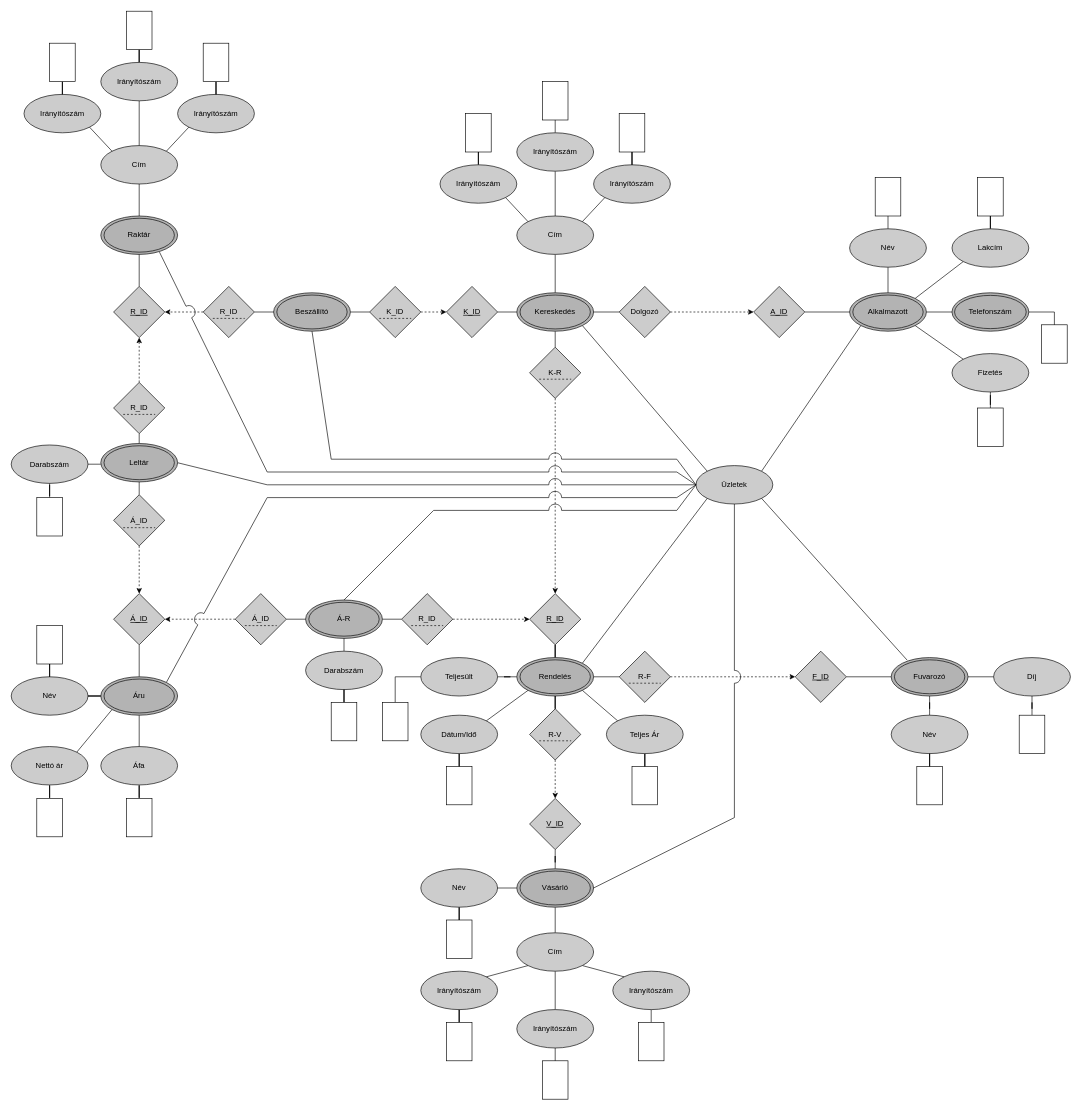
Before: CNY8MP_0218/CNY8MP_hazifeladat.drawio in KissKonradUni/CNY8MP_MDBPract, a draw.io diagram. Source tidied: cells renumbered, new cells numbered last; positions are measured from the earlier drawing's top-left corner, leaving out a move shared by most shapes. Both pictures are drawn from the tidied source at 64%, with x=0, y=0 at pixel (11, 11).
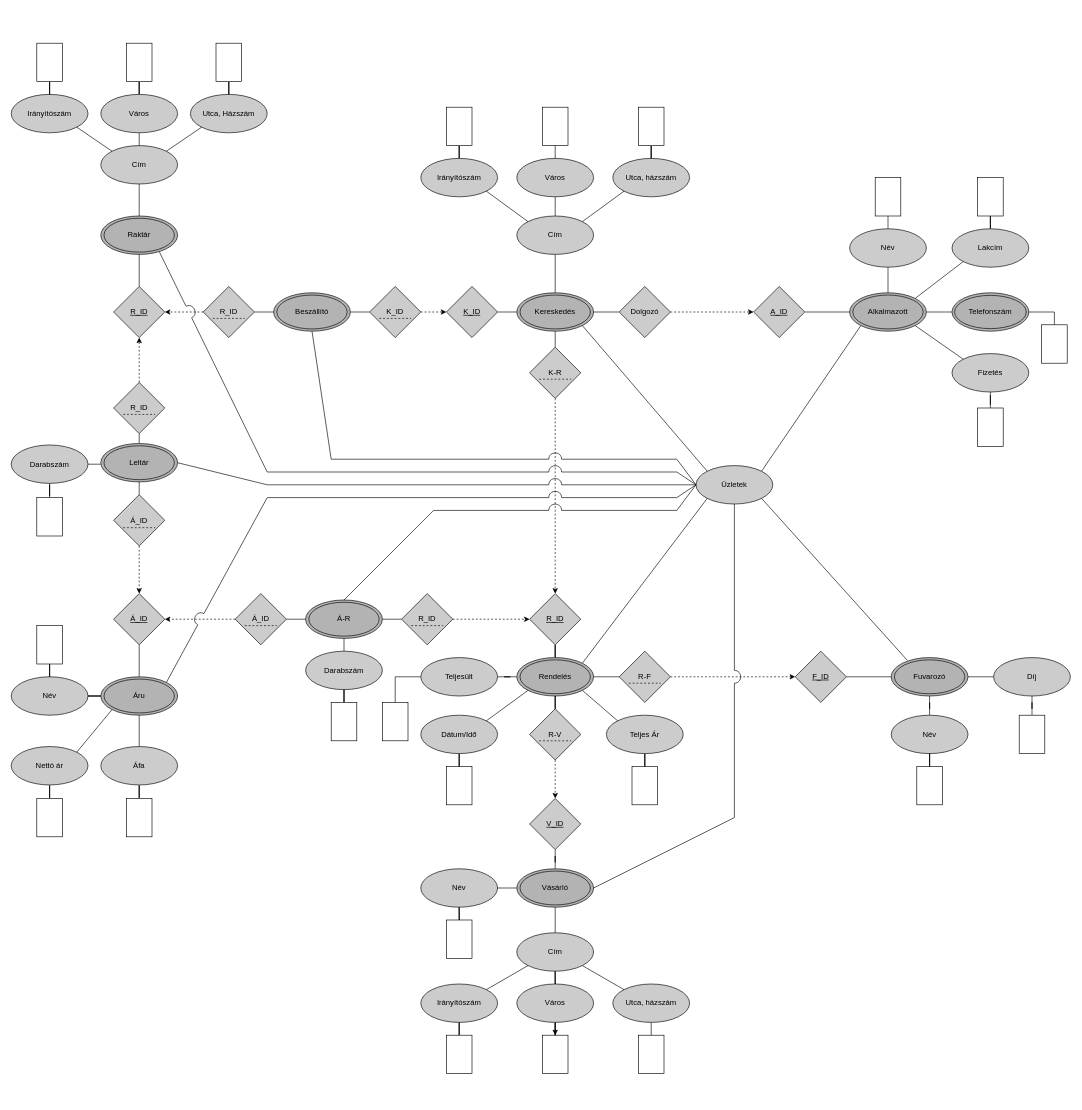
The same page after the edit.

The edit, as a diff of the source:
```diff
@@
     <mxCell id="20" style="rounded=0;whiteSpace=wrap;html=1;" parent="1" vertex="1">
-      <mxGeometry x="830" y="1640" width="40" height="60" as="geometry" />
+      <mxGeometry x="830" y="1600" width="40" height="60" as="geometry" />
     </mxCell>
@@
     <mxCell id="26" style="rounded=0;whiteSpace=wrap;html=1;" parent="1" vertex="1">
-      <mxGeometry x="830" y="110" width="40" height="60" as="geometry" />
+      <mxGeometry x="830" y="150" width="40" height="60" as="geometry" />
     </mxCell>
@@
     <mxCell id="32" style="rounded=0;whiteSpace=wrap;html=1;" parent="1" vertex="1">
-      <mxGeometry x="710" y="160" width="40" height="60" as="geometry" />
+      <mxGeometry x="680" y="150" width="40" height="60" as="geometry" />
     </mxCell>
@@
     <mxCell id="34" style="rounded=0;whiteSpace=wrap;html=1;" parent="1" vertex="1">
-      <mxGeometry x="180" width="40" height="60" as="geometry" />
+      <mxGeometry x="180" y="50" width="40" height="60" as="geometry" />
     </mxCell>
@@
     <mxCell id="87" style="edgeStyle=orthogonalEdgeStyle;rounded=0;jettySize=auto;html=1;exitX=0.5;exitY=1;exitDx=0;exitDy=0;endArrow=none;endFill=0;" parent="1" edge="1" source="88">
       <mxGeometry relative="1" as="geometry">
-        <mxPoint x="850" y="1640" as="targetPoint" />
+        <mxPoint x="850" y="1600" as="targetPoint" />
       </mxGeometry>
     </mxCell>
+    <mxCell id="191" style="edgeStyle=orthogonalEdgeStyle;rounded=0;jettySize=auto;html=1;" parent="1" edge="1" source="88" target="20">
+      <mxGeometry relative="1" as="geometry" />
+    </mxCell>
-    <mxCell id="88" value="Irányítószám" style="ellipse;whiteSpace=wrap;html=1;fillColor=#CCCCCC;" parent="1" vertex="1">
-      <mxGeometry x="790" y="1560" width="120" height="60" as="geometry" />
+    <mxCell id="88" value="Város" style="ellipse;whiteSpace=wrap;html=1;fillColor=#CCCCCC;" parent="1" vertex="1">
+      <mxGeometry x="790" y="1520" width="120" height="60" as="geometry" />
     </mxCell>
@@
-    <mxCell id="90" value="Irányítószám" style="ellipse;whiteSpace=wrap;html=1;fillColor=#CCCCCC;" parent="1" vertex="1">
-      <mxGeometry x="940" y="1500" width="120" height="60" as="geometry" />
+    <mxCell id="90" value="Utca, házszám" style="ellipse;whiteSpace=wrap;html=1;fillColor=#CCCCCC;" parent="1" vertex="1">
+      <mxGeometry x="940" y="1520" width="120" height="60" as="geometry" />
     </mxCell>
@@
     <mxCell id="93" value="Irányítószám" style="ellipse;whiteSpace=wrap;html=1;fillColor=#CCCCCC;" parent="1" vertex="1">
-      <mxGeometry x="640" y="1500" width="120" height="60" as="geometry" />
+      <mxGeometry x="640" y="1520" width="120" height="60" as="geometry" />
     </mxCell>
@@
     <mxCell id="97" style="rounded=0;whiteSpace=wrap;html=1;" parent="1" vertex="1">
-      <mxGeometry x="680" y="1580" width="40" height="60" as="geometry" />
+      <mxGeometry x="680" y="1600" width="40" height="60" as="geometry" />
     </mxCell>
     <mxCell id="98" style="rounded=0;whiteSpace=wrap;html=1;" parent="1" vertex="1">
-      <mxGeometry x="980" y="1580" width="40" height="60" as="geometry" />
+      <mxGeometry x="980" y="1600" width="40" height="60" as="geometry" />
     </mxCell>
@@
     <mxCell id="116" value="Irányítószám" style="ellipse;whiteSpace=wrap;html=1;fillColor=#CCCCCC;" parent="1" vertex="1">
-      <mxGeometry x="670" y="240" width="120" height="60" as="geometry" />
+      <mxGeometry x="640" y="230" width="120" height="60" as="geometry" />
     </mxCell>
@@
-    <mxCell id="119" value="Irányítószám" style="ellipse;whiteSpace=wrap;html=1;fillColor=#CCCCCC;" parent="1" vertex="1">
-      <mxGeometry x="790" y="190" width="120" height="60" as="geometry" />
+    <mxCell id="119" value="Város" style="ellipse;whiteSpace=wrap;html=1;fillColor=#CCCCCC;" parent="1" vertex="1">
+      <mxGeometry x="790" y="230" width="120" height="60" as="geometry" />
     </mxCell>
-    <mxCell id="120" value="Irányítószám" style="ellipse;whiteSpace=wrap;html=1;fillColor=#CCCCCC;" parent="1" vertex="1">
-      <mxGeometry x="910" y="240" width="120" height="60" as="geometry" />
+    <mxCell id="120" value="Utca, házszám" style="ellipse;whiteSpace=wrap;html=1;fillColor=#CCCCCC;" parent="1" vertex="1">
+      <mxGeometry x="940" y="230" width="120" height="60" as="geometry" />
     </mxCell>
@@
     <mxCell id="123" style="rounded=0;whiteSpace=wrap;html=1;" parent="1" vertex="1">
-      <mxGeometry x="950" y="160" width="40" height="60" as="geometry" />
+      <mxGeometry x="980" y="150" width="40" height="60" as="geometry" />
     </mxCell>
@@
-    <mxCell id="137" style="group;" parent="1" vertex="1">
-      <mxGeometry x="20" y="80" width="360" height="190" as="geometry" />
-    </mxCell>
-    <mxCell id="138" value="Cím" style="ellipse;whiteSpace=wrap;html=1;fillColor=#CCCCCC;" parent="137" vertex="1">
-      <mxGeometry x="120" y="130" width="120" height="60" as="geometry" />
-    </mxCell>
-    <mxCell id="139" value="Irányítószám" style="ellipse;whiteSpace=wrap;html=1;fillColor=#CCCCCC;" parent="137" vertex="1">
-      <mxGeometry y="50" width="120" height="60" as="geometry" />
-    </mxCell>
-    <mxCell id="140" style="endArrow=none;html=1;rounded=0;entryX=1;entryY=1;entryDx=0;entryDy=0;exitX=0;exitY=0;exitDx=0;exitDy=0;" parent="137" edge="1" source="138" target="139">
-      <mxGeometry relative="1" as="geometry" />
-    </mxCell>
-    <mxCell id="141" style="edgeStyle=orthogonalEdgeStyle;rounded=0;jettySize=auto;html=1;exitX=0.5;exitY=1;exitDx=0;exitDy=0;entryX=0.5;entryY=0;entryDx=0;entryDy=0;endArrow=none;endFill=0;" parent="137" edge="1" source="142" target="138">
-      <mxGeometry relative="1" as="geometry" />
-    </mxCell>
-    <mxCell id="142" value="Irányítószám" style="ellipse;whiteSpace=wrap;html=1;fillColor=#CCCCCC;" parent="137" vertex="1">
-      <mxGeometry x="120" width="120" height="60" as="geometry" />
-    </mxCell>
-    <mxCell id="143" value="Irányítószám" style="ellipse;whiteSpace=wrap;html=1;fillColor=#CCCCCC;" parent="137" vertex="1">
-      <mxGeometry x="240" y="50" width="120" height="60" as="geometry" />
-    </mxCell>
-    <mxCell id="144" style="endArrow=none;html=1;rounded=0;entryX=1;entryY=0;entryDx=0;entryDy=0;exitX=0;exitY=1;exitDx=0;exitDy=0;" parent="137" edge="1" source="143" target="138">
-      <mxGeometry relative="1" as="geometry" />
-    </mxCell>
-    <mxCell id="145" style="edgeStyle=orthogonalEdgeStyle;rounded=0;jettySize=auto;html=1;endArrow=none;endFill=0;" parent="137" edge="1" source="146" target="143">
-      <mxGeometry relative="1" as="geometry" />
-    </mxCell>
-    <mxCell id="146" style="rounded=0;whiteSpace=wrap;html=1;" parent="137" vertex="1">
-      <mxGeometry x="280" y="-30" width="40" height="60" as="geometry" />
-    </mxCell>
-    <mxCell id="147" style="edgeStyle=orthogonalEdgeStyle;rounded=0;jettySize=auto;html=1;entryX=0.5;entryY=0;entryDx=0;entryDy=0;endArrow=none;endFill=0;" parent="137" edge="1" source="148" target="139">
-      <mxGeometry relative="1" as="geometry" />
-    </mxCell>
-    <mxCell id="148" style="rounded=0;whiteSpace=wrap;html=1;" parent="137" vertex="1">
-      <mxGeometry x="40" y="-30" width="40" height="60" as="geometry" />
-    </mxCell>
@@
+    <mxCell id="138" value="Cím" style="ellipse;whiteSpace=wrap;html=1;fillColor=#CCCCCC;" parent="1" vertex="1">
+      <mxGeometry x="140" y="210" width="120" height="60" as="geometry" />
+    </mxCell>
+    <mxCell id="139" value="Irányítószám" style="ellipse;whiteSpace=wrap;html=1;fillColor=#CCCCCC;" parent="1" vertex="1">
+      <mxGeometry y="130" width="120" height="60" as="geometry" />
+    </mxCell>
+    <mxCell id="140" style="endArrow=none;html=1;rounded=0;entryX=1;entryY=1;entryDx=0;entryDy=0;exitX=0;exitY=0;exitDx=0;exitDy=0;" parent="1" edge="1" source="138" target="139">
+      <mxGeometry relative="1" as="geometry" />
+    </mxCell>
+    <mxCell id="141" style="edgeStyle=orthogonalEdgeStyle;rounded=0;jettySize=auto;html=1;exitX=0.5;exitY=1;exitDx=0;exitDy=0;entryX=0.5;entryY=0;entryDx=0;entryDy=0;endArrow=none;endFill=0;" parent="1" edge="1" source="142" target="138">
+      <mxGeometry relative="1" as="geometry" />
+    </mxCell>
+    <mxCell id="142" value="Város" style="ellipse;whiteSpace=wrap;html=1;fillColor=#CCCCCC;" parent="1" vertex="1">
+      <mxGeometry x="140" y="130" width="120" height="60" as="geometry" />
+    </mxCell>
+    <mxCell id="143" value="Utca, Házszám" style="ellipse;whiteSpace=wrap;html=1;fillColor=#CCCCCC;" parent="1" vertex="1">
+      <mxGeometry x="280" y="130" width="120" height="60" as="geometry" />
+    </mxCell>
+    <mxCell id="144" style="endArrow=none;html=1;rounded=0;entryX=1;entryY=0;entryDx=0;entryDy=0;exitX=0;exitY=1;exitDx=0;exitDy=0;" parent="1" edge="1" source="143" target="138">
+      <mxGeometry relative="1" as="geometry" />
+    </mxCell>
+    <mxCell id="145" style="edgeStyle=orthogonalEdgeStyle;rounded=0;jettySize=auto;html=1;endArrow=none;endFill=0;" parent="1" edge="1" source="146" target="143">
+      <mxGeometry relative="1" as="geometry" />
+    </mxCell>
+    <mxCell id="146" style="rounded=0;whiteSpace=wrap;html=1;" parent="1" vertex="1">
+      <mxGeometry x="320" y="50" width="40" height="60" as="geometry" />
+    </mxCell>
+    <mxCell id="147" style="edgeStyle=orthogonalEdgeStyle;rounded=0;jettySize=auto;html=1;entryX=0.5;entryY=0;entryDx=0;entryDy=0;endArrow=none;endFill=0;" parent="1" edge="1" source="148" target="139">
+      <mxGeometry relative="1" as="geometry" />
+    </mxCell>
+    <mxCell id="148" style="rounded=0;whiteSpace=wrap;html=1;" parent="1" vertex="1">
+      <mxGeometry x="40" y="50" width="40" height="60" as="geometry" />
+    </mxCell>
```
